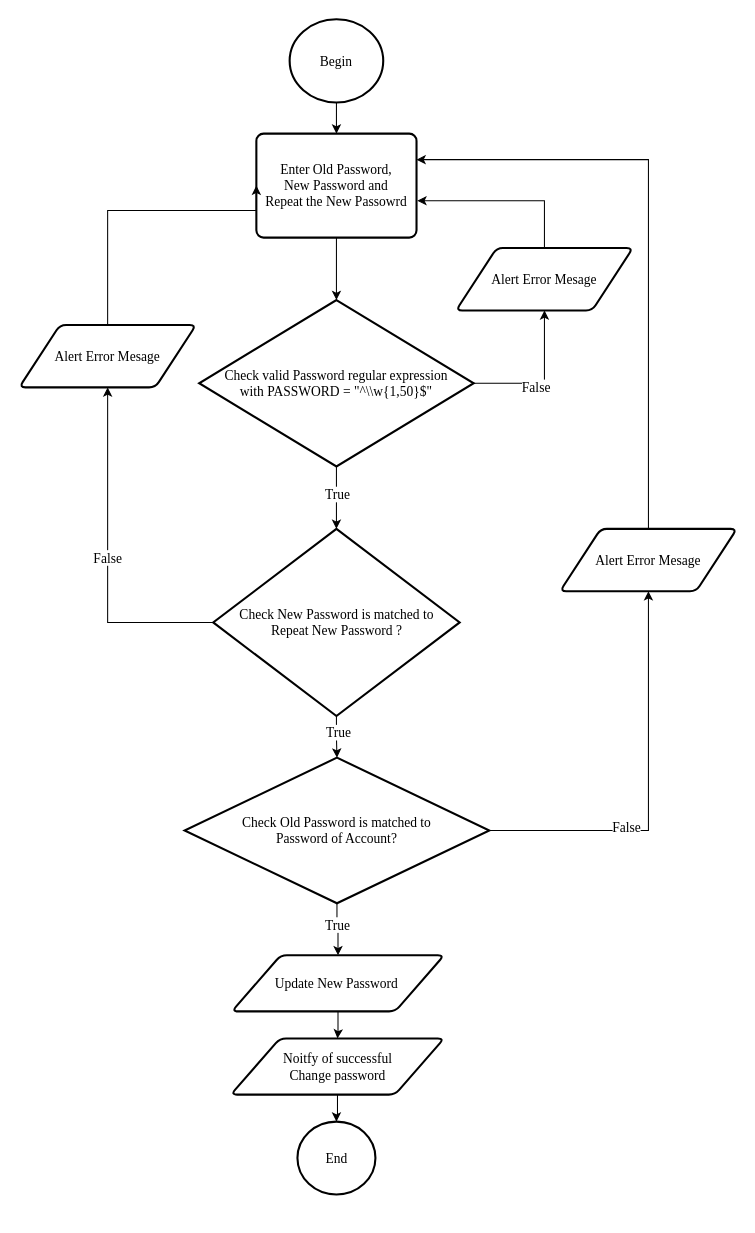
Earlier version of the draw.io diagram page "Change Password" (7 of 12) of document/diagram/flowchar_ver2.drawio (daomtthuan/do-an). Source tidied: cells renumbered, new cells numbered last; positions are measured from the earlier drawing's top-left corner, leaving out a move shared by most shapes. Both pictures are drawn from the tidied source at 104%, with x=0, y=0 at pixel (19, 19).
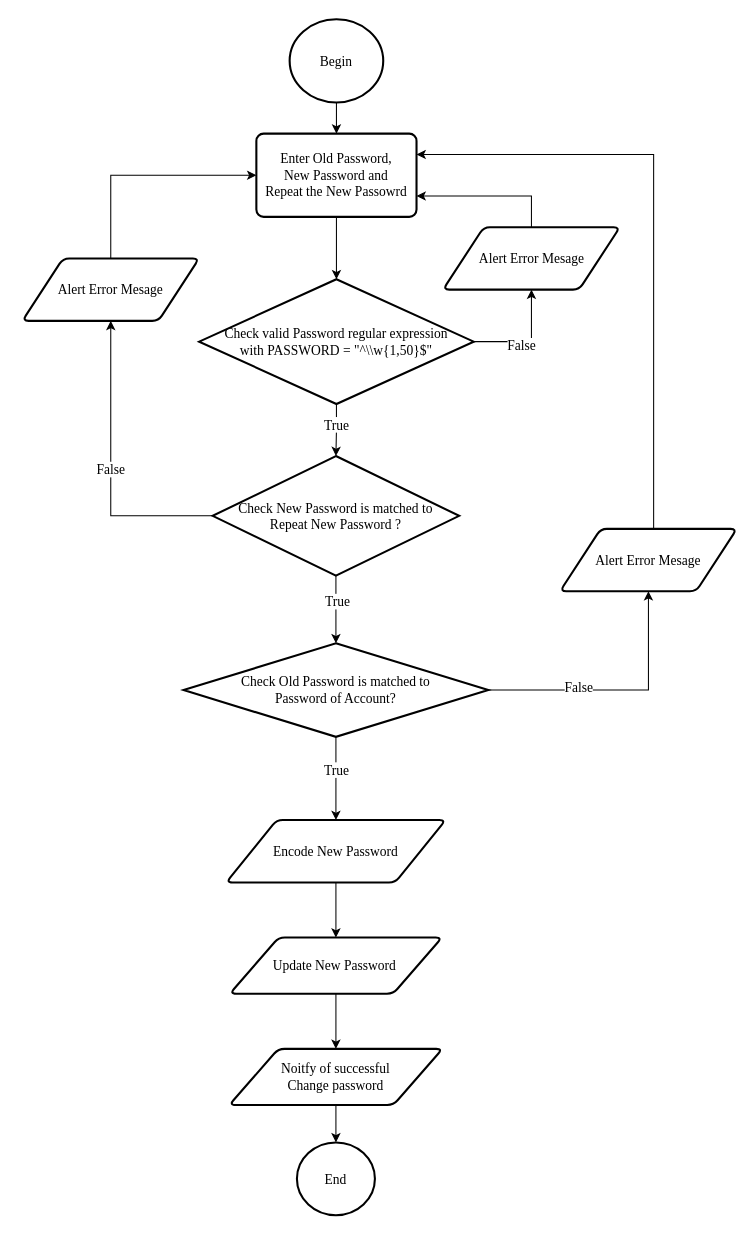
After the change.

The change refers to these unchanged cells:
```xml
<mxCell id="31" value="Alert Error Mesage" style="shape=parallelogram;html=1;strokeWidth=2;perimeter=parallelogramPerimeter;whiteSpace=wrap;rounded=1;arcSize=12;size=0.23;fontFamily=Times New Roman;fontSize=13;" parent="1" vertex="1">
  <mxGeometry x="520" y="490" width="170" height="60" as="geometry" />
</mxCell>
```

The edit, as a diff of the source:
```diff
@@
     <mxCell id="5" value="Enter Old Password, &lt;br&gt;New Password and &lt;br&gt;Repeat the New Passowrd" style="rounded=1;whiteSpace=wrap;html=1;absoluteArcSize=1;arcSize=14;strokeWidth=2;fontFamily=Times New Roman;fontSize=13;" parent="1" vertex="1">
-      <mxGeometry x="228" y="110" width="154" height="100" as="geometry" />
+      <mxGeometry x="228" y="110" width="154" height="80" as="geometry" />
     </mxCell>
@@
     <mxCell id="10" value="Check valid Password&amp;nbsp;regular expression&lt;br&gt;with&amp;nbsp;PASSWORD = &quot;^\\w{1,50}$&quot;" style="strokeWidth=2;html=1;shape=mxgraph.flowchart.decision;whiteSpace=wrap;fontFamily=Times New Roman;fontSize=13;" parent="1" vertex="1">
-      <mxGeometry x="173" y="270" width="264" height="160" as="geometry" />
+      <mxGeometry x="173" y="250" width="264" height="120" as="geometry" />
     </mxCell>
@@
     <mxCell id="15" value="Check New Password is matched to&lt;br&gt;Repeat New Password ?" style="strokeWidth=2;html=1;shape=mxgraph.flowchart.decision;whiteSpace=wrap;fontFamily=Times New Roman;fontSize=13;" parent="1" vertex="1">
-      <mxGeometry x="186.5" y="490" width="237" height="180" as="geometry" />
+      <mxGeometry x="186" y="420" width="237" height="115" as="geometry" />
     </mxCell>
-    <mxCell id="16" style="edgeStyle=orthogonalEdgeStyle;rounded=0;jettySize=auto;html=1;fontFamily=Times New Roman;fontSize=13;entryX=1.005;entryY=0.645;entryDx=0;entryDy=0;entryPerimeter=0;" parent="1" edge="1" source="17" target="5">
-      <mxGeometry relative="1" as="geometry">
-        <Array as="points">
-          <mxPoint x="505" y="175" />
-        </Array>
-      </mxGeometry>
+    <mxCell id="16" style="edgeStyle=orthogonalEdgeStyle;rounded=0;jettySize=auto;html=1;exitX=0.5;exitY=0;exitDx=0;exitDy=0;entryX=1;entryY=0.75;entryDx=0;entryDy=0;" parent="1" edge="1" source="17" target="5">
+      <mxGeometry relative="1" as="geometry" />
     </mxCell>
     <mxCell id="17" value="Alert Error Mesage" style="shape=parallelogram;html=1;strokeWidth=2;perimeter=parallelogramPerimeter;whiteSpace=wrap;rounded=1;arcSize=12;size=0.23;fontFamily=Times New Roman;fontSize=13;" parent="1" vertex="1">
-      <mxGeometry x="420" y="220" width="170" height="60" as="geometry" />
+      <mxGeometry x="407.5" y="200" width="170" height="60" as="geometry" />
     </mxCell>
-    <mxCell id="18" style="edgeStyle=orthogonalEdgeStyle;rounded=0;jettySize=auto;html=1;fontFamily=Times New Roman;fontSize=13;entryX=0;entryY=0.5;entryDx=0;entryDy=0;" parent="1" edge="1" source="19" target="5">
-      <mxGeometry relative="1" as="geometry">
-        <Array as="points">
-          <mxPoint x="85" y="184" />
-        </Array>
-      </mxGeometry>
+    <mxCell id="18" style="edgeStyle=orthogonalEdgeStyle;rounded=0;jettySize=auto;html=1;exitX=0.5;exitY=0;exitDx=0;exitDy=0;entryX=0;entryY=0.5;entryDx=0;entryDy=0;" parent="1" edge="1" source="19" target="5">
+      <mxGeometry relative="1" as="geometry" />
     </mxCell>
     <mxCell id="19" value="Alert Error Mesage" style="shape=parallelogram;html=1;strokeWidth=2;perimeter=parallelogramPerimeter;whiteSpace=wrap;rounded=1;arcSize=12;size=0.23;fontFamily=Times New Roman;fontSize=13;" parent="1" vertex="1">
-      <mxGeometry y="294" width="170" height="60" as="geometry" />
+      <mxGeometry x="3" y="230" width="170" height="60" as="geometry" />
     </mxCell>
@@
     <mxCell id="21" value="Update New Password&amp;nbsp;" style="shape=parallelogram;html=1;strokeWidth=2;perimeter=parallelogramPerimeter;whiteSpace=wrap;rounded=1;arcSize=12;size=0.23;fontFamily=Times New Roman;fontSize=13;" parent="1" vertex="1">
-      <mxGeometry x="204.5" y="900" width="204" height="54" as="geometry" />
+      <mxGeometry x="202.5" y="883" width="204" height="54" as="geometry" />
     </mxCell>
@@
     <mxCell id="23" value="Noitfy of successful&lt;br&gt;Change password" style="shape=parallelogram;html=1;strokeWidth=2;perimeter=parallelogramPerimeter;whiteSpace=wrap;rounded=1;arcSize=12;size=0.23;fontFamily=Times New Roman;fontSize=13;" parent="1" vertex="1">
-      <mxGeometry x="203.5" y="980" width="205" height="54" as="geometry" />
+      <mxGeometry x="202" y="990" width="205" height="54" as="geometry" />
     </mxCell>
     <mxCell id="24" value="End" style="strokeWidth=2;html=1;shape=mxgraph.flowchart.start_2;whiteSpace=wrap;fontFamily=Times New Roman;fontSize=13;" parent="1" vertex="1">
-      <mxGeometry x="267.5" y="1060" width="75" height="70" as="geometry" />
+      <mxGeometry x="267" y="1080" width="75" height="70" as="geometry" />
     </mxCell>
-    <mxCell id="25" style="edgeStyle=orthogonalEdgeStyle;rounded=0;jettySize=auto;html=1;fontFamily=Times New Roman;fontSize=13;entryX=0.5;entryY=0;entryDx=0;entryDy=0;" parent="1" edge="1" source="29" target="21">
+    <mxCell id="25" style="edgeStyle=orthogonalEdgeStyle;rounded=0;jettySize=auto;html=1;fontFamily=Times New Roman;fontSize=13;entryX=0.5;entryY=0;entryDx=0;entryDy=0;" parent="1" edge="1" source="29" target="33">
       <mxGeometry relative="1" as="geometry" />
     </mxCell>
@@
     <mxCell id="29" value="Check Old Password is matched to &lt;br&gt;Password of Account?" style="strokeWidth=2;html=1;shape=mxgraph.flowchart.decision;whiteSpace=wrap;fontFamily=Times New Roman;fontSize=13;" parent="1" vertex="1">
-      <mxGeometry x="159" y="710" width="293" height="140" as="geometry" />
+      <mxGeometry x="158" y="600" width="293" height="90" as="geometry" />
     </mxCell>
-    <mxCell id="30" style="edgeStyle=orthogonalEdgeStyle;rounded=0;jettySize=auto;html=1;fontFamily=Times New Roman;fontSize=13;entryX=1;entryY=0.25;entryDx=0;entryDy=0;" parent="1" edge="1" source="31" target="5">
+    <mxCell id="30" style="edgeStyle=orthogonalEdgeStyle;rounded=0;jettySize=auto;html=1;entryX=1;entryY=0.25;entryDx=0;entryDy=0;" parent="1" edge="1" source="31" target="5">
       <mxGeometry relative="1" as="geometry">
         <Array as="points">
-          <mxPoint x="605" y="135" />
+          <mxPoint x="610" y="130" />
         </Array>
       </mxGeometry>
     </mxCell>
@@
+    <mxCell id="32" style="edgeStyle=orthogonalEdgeStyle;rounded=0;jettySize=auto;html=1;" parent="1" edge="1" source="33" target="21">
+      <mxGeometry relative="1" as="geometry" />
+    </mxCell>
+    <mxCell id="33" value="&lt;span style=&quot;font-family: &amp;#34;times new roman&amp;#34; ; font-size: 13px ; white-space: normal&quot;&gt;Encode New Password&lt;/span&gt;" style="shape=parallelogram;html=1;strokeWidth=2;perimeter=parallelogramPerimeter;whiteSpace=wrap;rounded=1;arcSize=12;size=0.23;" parent="1" vertex="1">
+      <mxGeometry x="199" y="770" width="211" height="60" as="geometry" />
+    </mxCell>
```
